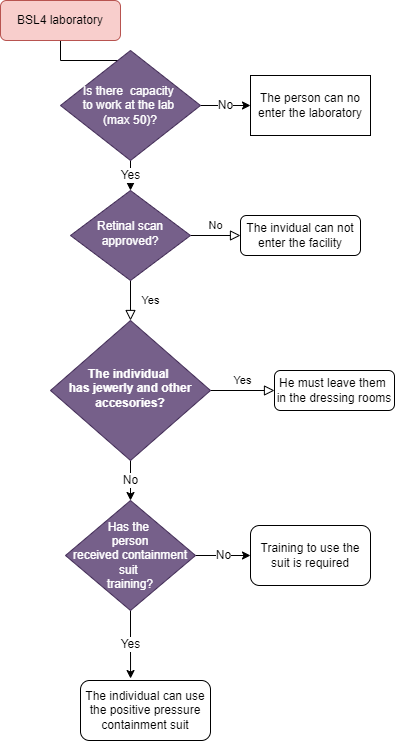
This is Final.png from dosterbank/draws, a draw.io export, as it was before one commit. Source tidied: cells renumbered, new cells last; positions are measured from the earlier drawing's top-left corner, leaving out a move shared by most shapes.
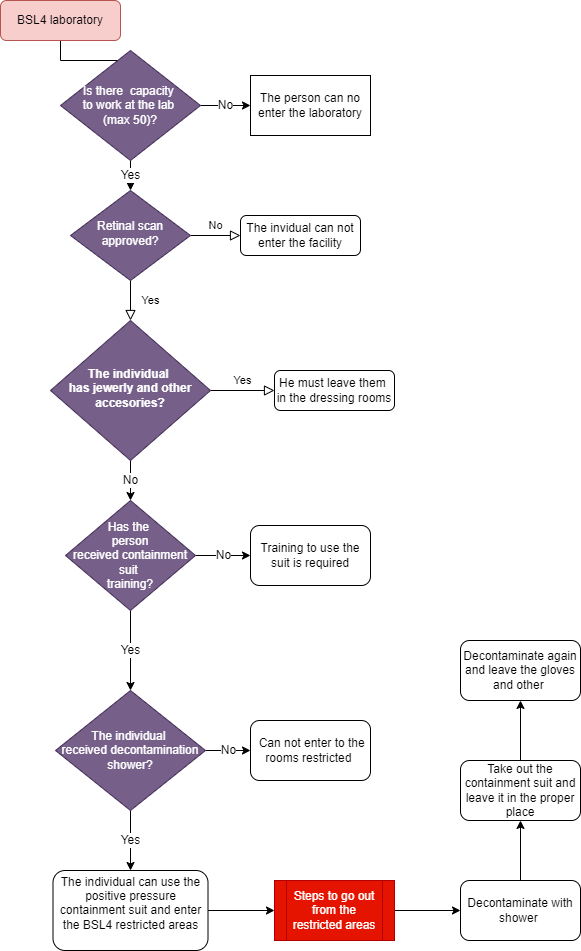
After the commit.

Diff of the diagram source:
```diff
@@ -29,9 +29,6 @@
     <mxCell id="10" value="&lt;font style=&quot;font-size: 12px;&quot;&gt;&lt;b&gt;The individual &lt;br&gt;has jewerly and other accesories?&lt;/b&gt;&lt;/font&gt;" style="rhombus;whiteSpace=wrap;html=1;shadow=0;fontFamily=Helvetica;fontSize=12;align=center;strokeWidth=1;spacing=6;spacingTop=-4;fillColor=#76608a;strokeColor=#432D57;fontColor=#ffffff;" parent="1" vertex="1">
       <mxGeometry x="50" y="320" width="160" height="140" as="geometry" />
     </mxCell>
-    <mxCell id="11" value="The individual can use the positive pressure containment suit" style="rounded=1;whiteSpace=wrap;html=1;fontSize=12;glass=0;strokeWidth=1;shadow=0;" parent="1" vertex="1">
-      <mxGeometry x="80" y="680" width="130" height="60" as="geometry" />
-    </mxCell>
     <mxCell id="12" value="He must leave them&amp;nbsp;&lt;br&gt;in the dressing rooms" style="rounded=1;whiteSpace=wrap;html=1;fontSize=12;glass=0;strokeWidth=1;shadow=0;" parent="1" vertex="1">
       <mxGeometry x="274" y="370" width="120" height="40" as="geometry" />
     </mxCell>
@@ -47,7 +44,7 @@
     <mxCell id="16" value="The person can no enter the laboratory" style="rounded=0;whiteSpace=wrap;html=1;fontSize=12;" parent="1" vertex="1">
       <mxGeometry x="250" y="75" width="120" height="60" as="geometry" />
     </mxCell>
-    <mxCell id="17" value="Yes" style="edgeStyle=orthogonalEdgeStyle;rounded=0;jettySize=auto;html=1;entryX=0.385;entryY=-0.033;entryDx=0;entryDy=0;entryPerimeter=0;fontSize=12;" parent="1" edge="1" source="19" target="11">
+    <mxCell id="17" value="Yes" style="edgeStyle=orthogonalEdgeStyle;rounded=0;jettySize=auto;html=1;entryX=0.5;entryY=0;entryDx=0;entryDy=0;fontSize=12;" parent="1" edge="1" source="19" target="23">
       <mxGeometry relative="1" as="geometry" />
     </mxCell>
     <mxCell id="18" value="No" style="edgeStyle=orthogonalEdgeStyle;rounded=0;jettySize=auto;html=1;entryX=0;entryY=0.5;entryDx=0;entryDy=0;fontSize=12;" parent="1" edge="1" source="19" target="20">
@@ -59,5 +56,44 @@
     <mxCell id="20" value="Training to use the suit is required" style="rounded=1;whiteSpace=wrap;html=1;fontSize=12;" parent="1" vertex="1">
       <mxGeometry x="250" y="525" width="120" height="60" as="geometry" />
     </mxCell>
+    <mxCell id="21" value="No" style="edgeStyle=orthogonalEdgeStyle;rounded=0;jettySize=auto;html=1;fontSize=12;" parent="1" edge="1" source="23" target="24">
+      <mxGeometry relative="1" as="geometry" />
+    </mxCell>
+    <mxCell id="22" value="Yes" style="edgeStyle=orthogonalEdgeStyle;rounded=0;jettySize=auto;html=1;entryX=0.5;entryY=0;entryDx=0;entryDy=0;fontSize=12;" parent="1" edge="1" source="23" target="26">
+      <mxGeometry relative="1" as="geometry" />
+    </mxCell>
+    <mxCell id="23" value="The individual&amp;nbsp;&lt;br&gt;received decontamination&lt;br&gt;shower?" style="rhombus;whiteSpace=wrap;html=1;fontSize=12;fillColor=#76608a;fontColor=#ffffff;strokeColor=#432D57;" parent="1" vertex="1">
+      <mxGeometry x="55" y="690" width="150" height="120" as="geometry" />
+    </mxCell>
+    <mxCell id="24" value="&amp;nbsp;Can not enter to the rooms restricted&amp;nbsp;" style="rounded=1;whiteSpace=wrap;html=1;fontSize=12;" parent="1" vertex="1">
+      <mxGeometry x="250" y="720" width="120" height="60" as="geometry" />
+    </mxCell>
+    <mxCell id="25" style="edgeStyle=orthogonalEdgeStyle;rounded=0;jettySize=auto;html=1;fontSize=12;" parent="1" edge="1" source="26" target="28">
+      <mxGeometry relative="1" as="geometry" />
+    </mxCell>
+    <mxCell id="26" value="The individual can use the positive pressure containment suit and enter the BSL4 restricted areas&lt;br&gt;&amp;nbsp;" style="rounded=1;whiteSpace=wrap;html=1;fontSize=12;glass=0;strokeWidth=1;shadow=0;" parent="1" vertex="1">
+      <mxGeometry x="52.5" y="870" width="155" height="80" as="geometry" />
+    </mxCell>
+    <mxCell id="27" style="edgeStyle=orthogonalEdgeStyle;rounded=0;jettySize=auto;html=1;fontSize=12;" parent="1" edge="1" source="28" target="30">
+      <mxGeometry relative="1" as="geometry" />
+    </mxCell>
+    <mxCell id="28" value="Steps to go out from the restricted areas" style="shape=process;whiteSpace=wrap;html=1;backgroundOutline=1;fontSize=12;fillColor=#e51400;fontColor=#ffffff;strokeColor=#B20000;" parent="1" vertex="1">
+      <mxGeometry x="274" y="880" width="120" height="60" as="geometry" />
+    </mxCell>
+    <mxCell id="29" style="edgeStyle=orthogonalEdgeStyle;rounded=0;jettySize=auto;html=1;fontSize=12;" parent="1" edge="1" source="30" target="32">
+      <mxGeometry relative="1" as="geometry" />
+    </mxCell>
+    <mxCell id="30" value="Decontaminate with shower&amp;nbsp;" style="rounded=1;whiteSpace=wrap;html=1;fontSize=12;" parent="1" vertex="1">
+      <mxGeometry x="460" y="880" width="120" height="60" as="geometry" />
+    </mxCell>
+    <mxCell id="31" style="edgeStyle=orthogonalEdgeStyle;rounded=0;jettySize=auto;html=1;fontSize=12;" parent="1" edge="1" source="32" target="33">
+      <mxGeometry relative="1" as="geometry" />
+    </mxCell>
+    <mxCell id="32" value="Take out the containment suit and leave it in the proper place" style="rounded=1;whiteSpace=wrap;html=1;fontSize=12;" parent="1" vertex="1">
+      <mxGeometry x="460" y="760" width="120" height="60" as="geometry" />
+    </mxCell>
+    <mxCell id="33" value="Decontaminate again and leave the gloves and other&amp;nbsp;" style="rounded=1;whiteSpace=wrap;html=1;fontSize=12;" parent="1" vertex="1">
+      <mxGeometry x="460" y="640" width="120" height="60" as="geometry" />
+    </mxCell>
   </root>
 </mxGraphModel>
```
